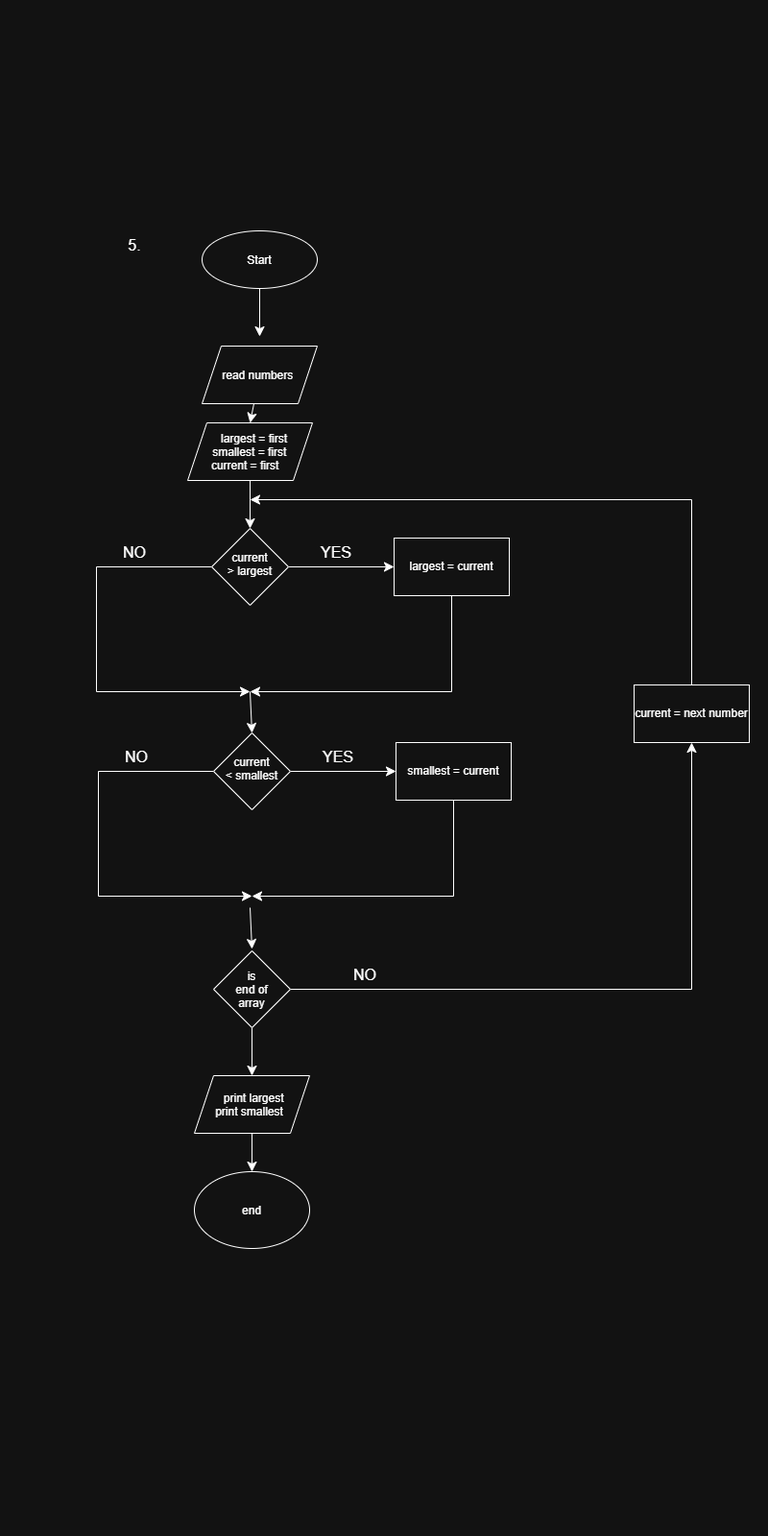
The draw.io diagram lesson4_homework5_flowchart.png in Chinonsoprisca/intro-to-coding-data-design, before a commit. Source tidied: cells renumbered, new cells last; positions are measured from the earlier drawing's top-left corner, leaving out a move shared by most shapes.
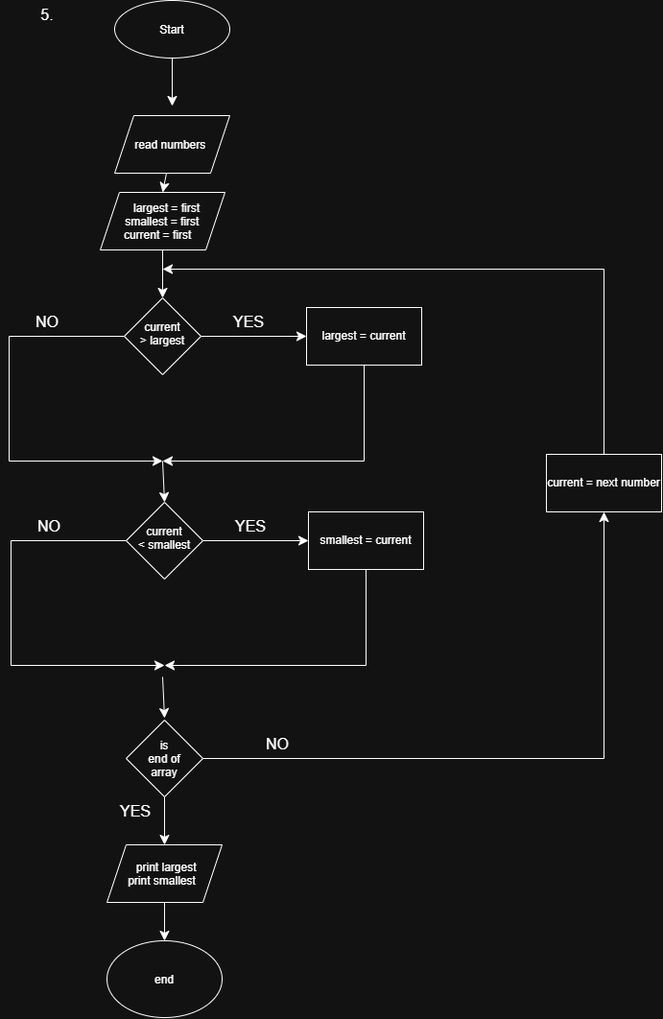
The same file after the commit.

Commit message:
updated lesson4_homework flowcharts

Change to the diagram source:
```diff
@@ -136,5 +136,8 @@
     <mxCell id="33" value="end" style="ellipse;whiteSpace=wrap;html=1;shapeInside=1;" parent="1" vertex="1">
       <mxGeometry x="102" y="980" width="120" height="80" as="geometry" />
     </mxCell>
+    <mxCell id="34" value="YES" style="text;html=1;whiteSpace=wrap;strokeColor=none;fillColor=none;align=center;verticalAlign=middle;rounded=0;fontSize=16;" parent="1" vertex="1">
+      <mxGeometry x="102" y="830" width="60" height="30" as="geometry" />
+    </mxCell>
   </root>
 </mxGraphModel>
```
